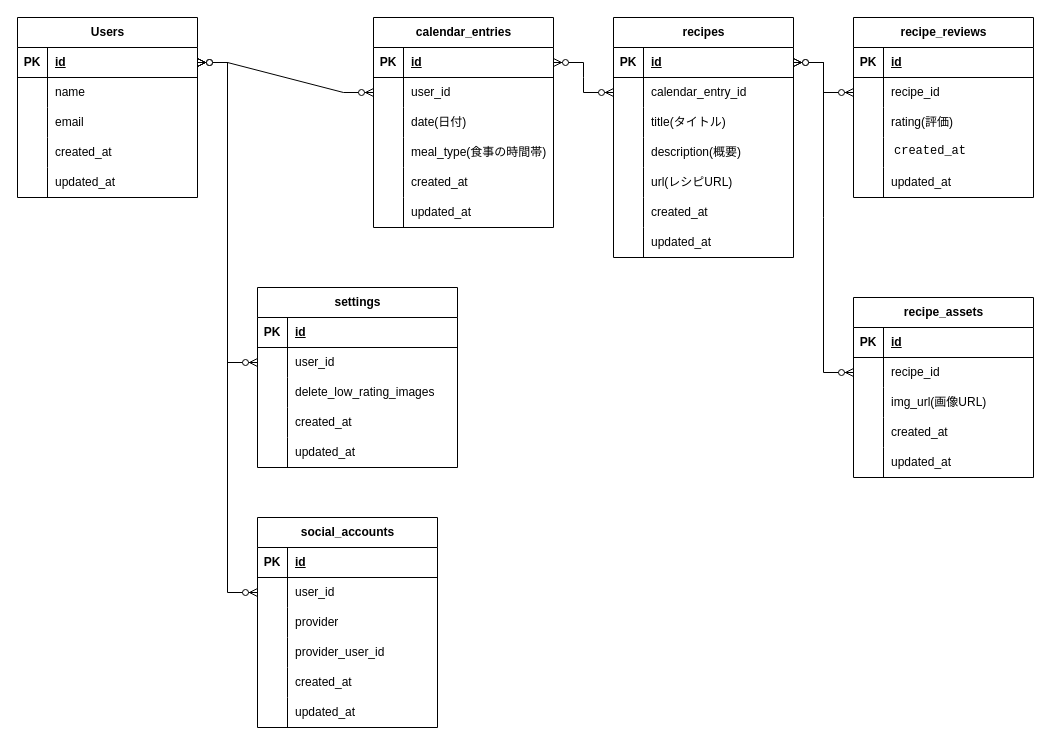
The draw.io diagram docs/er-diagrams/レシピレビューアプリ_ER図.drawio in tomomaru034/recipe_review_app, before the edit. Source tidied: cells renumbered, new cells numbered last; positions are measured from the earlier drawing's top-left corner, leaving out a move shared by most shapes. Both pictures are drawn from the tidied source at 100%, with x=0, y=0 at pixel (17, 17).
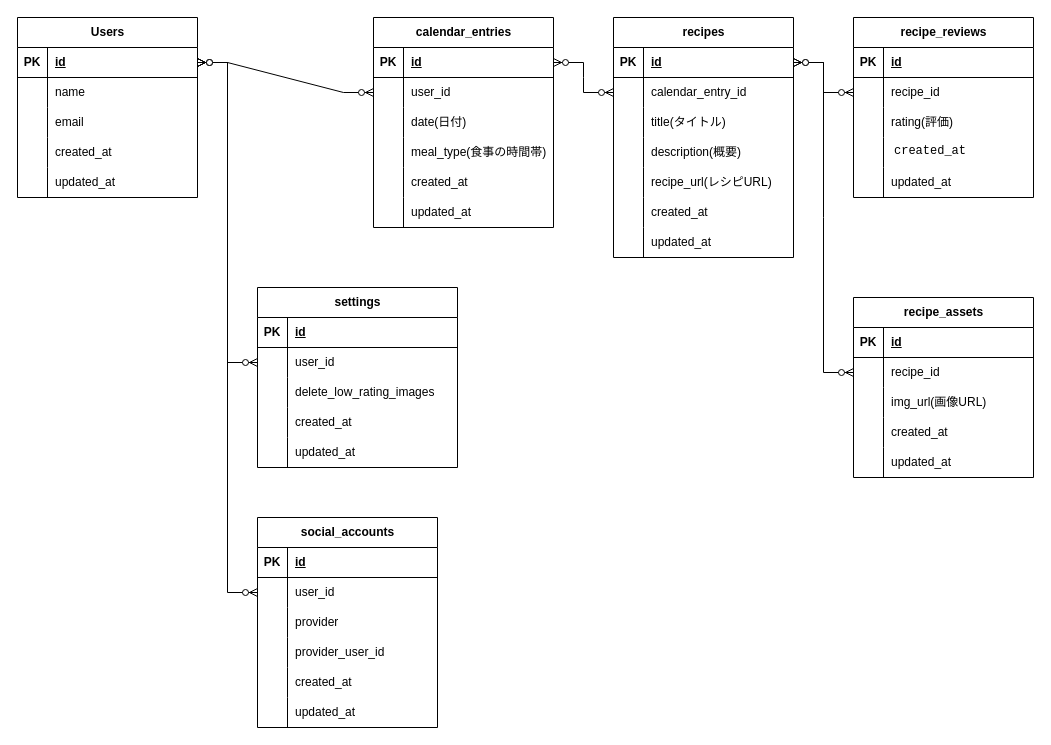
The same diagram, later.

Commit message:
レシピレビューアプリ_ER図.drawio を更新します

The change refers to these unchanged cells:
```xml
<mxCell id="69" style="shape=tableRow;horizontal=0;startSize=0;swimlaneHead=0;swimlaneBody=0;fillColor=none;top=0;left=0;right=0;bottom=0;" parent="56" vertex="1">
  <mxGeometry y="150" width="180" height="30" as="geometry" />
</mxCell>
```

Change to the diagram source:
```diff
@@
-    <mxCell id="71" value="url(レシピURL)" style="shape=partialRectangle;fillColor=none;top=0;left=0;bottom=0;right=0;align=left;spacingLeft=6;overflow=hidden;whiteSpace=wrap;html=1;" parent="69" vertex="1">
+    <mxCell id="71" value="recipe_url(レシピURL)" style="shape=partialRectangle;fillColor=none;top=0;left=0;bottom=0;right=0;align=left;spacingLeft=6;overflow=hidden;whiteSpace=wrap;html=1;" parent="69" vertex="1">
       <mxGeometry x="30" width="150" height="30" as="geometry" />
     </mxCell>
```
